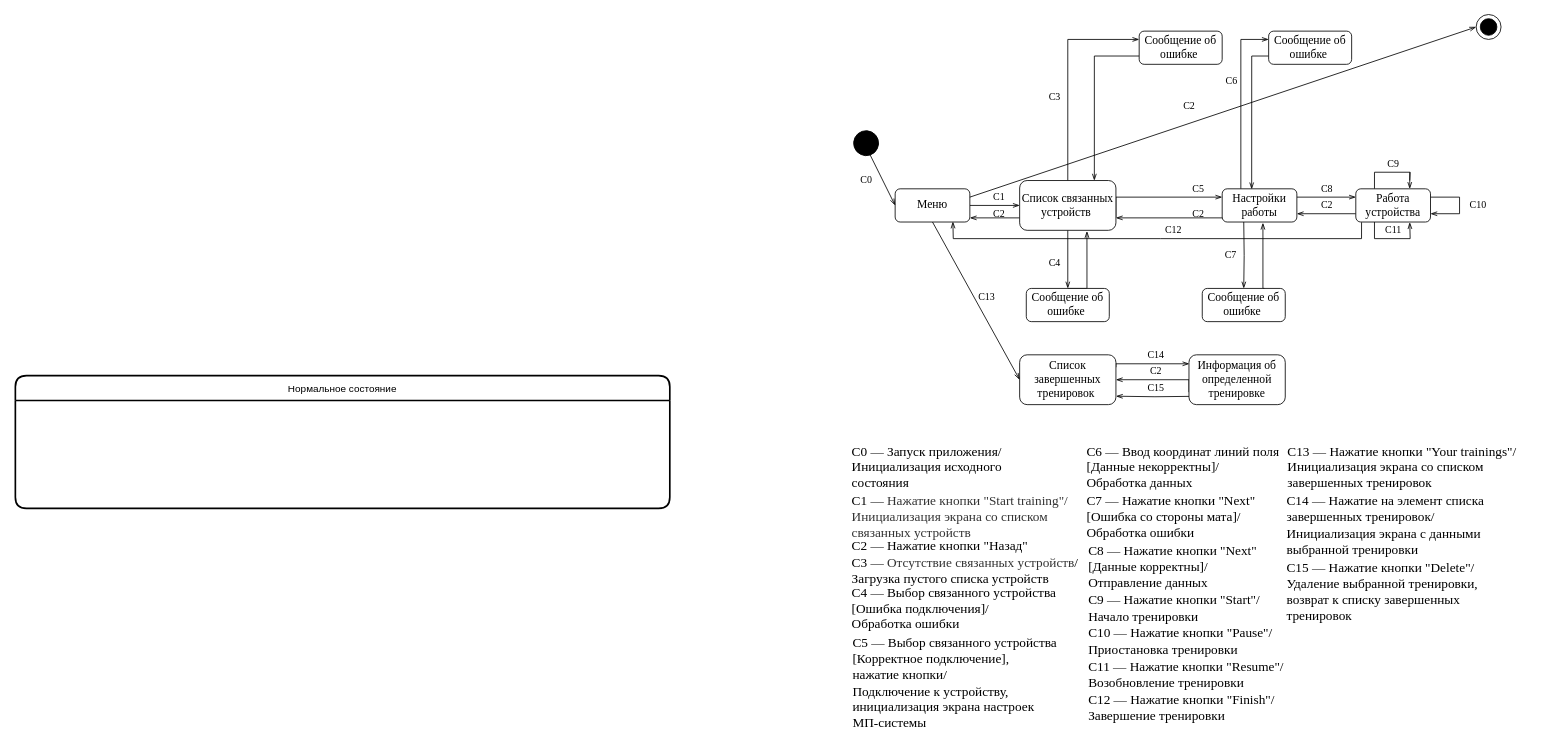
Earlier version of the draw.io diagram наброски/состояния интерфейса.drawio (moroz-matros/badminton_training_diplom). Source tidied: cells renumbered, new cells numbered last; positions are measured from the earlier drawing's top-left corner, leaving out a move shared by most shapes. Both pictures are drawn from the tidied source at 83%, with x=0, y=0 at pixel (15, 14).
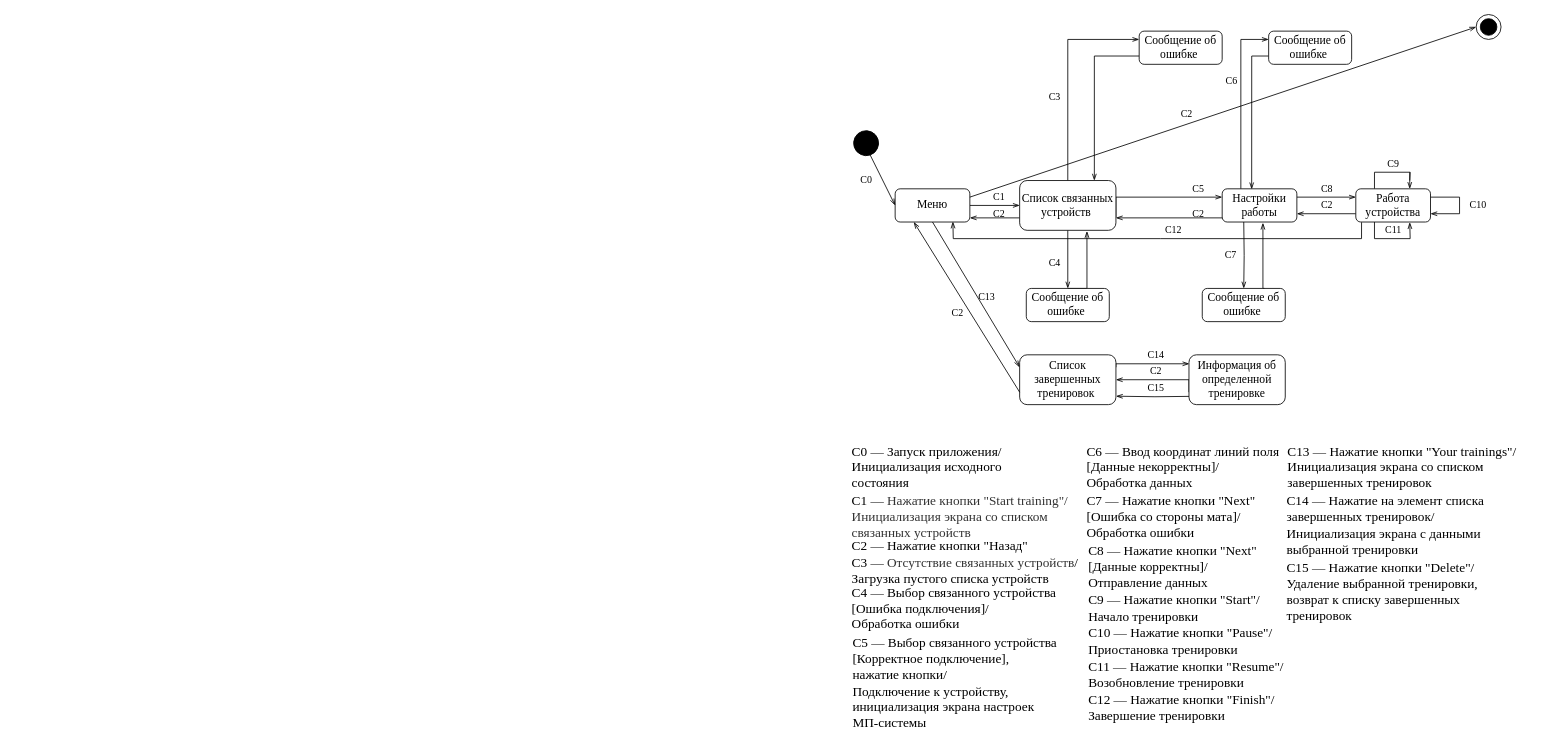
The same page after the edit.

Unchanged cells that the change refers to:
```xml
<mxCell id="6" value="Меню" style="rounded=1;whiteSpace=wrap;html=1;fontFamily=Times New Roman;fontSize=14;" parent="1" vertex="1">
  <mxGeometry x="1060" y="210" width="90" height="40" as="geometry" />
</mxCell>
<mxCell id="56" value="Список завершенных тренировок&amp;nbsp;" style="rounded=1;whiteSpace=wrap;html=1;fontFamily=Times New Roman;fontSize=14;" parent="1" vertex="1">
  <mxGeometry x="1210" y="410" width="116" height="60" as="geometry" />
</mxCell>
```

What changed in the source:
```diff
@@
     <mxCell id="28" value="С2" style="text;html=1;align=center;verticalAlign=middle;fontSize=12;fontFamily=Times New Roman;" parent="1" vertex="1">
-      <mxGeometry x="1399.1" y="100" width="30" height="20" as="geometry" />
+      <mxGeometry x="1395.9" y="110" width="30" height="20" as="geometry" />
     </mxCell>
@@
-    <mxCell id="31" value="Нормальное состояние" style="swimlane;horizontal=1;startSize=30;rounded=1;fontSize=12;fontStyle=0;strokeWidth=2;shadow=0;dashed=0;align=center;fillColor=none;" parent="1" vertex="1">
-      <mxGeometry y="435" width="788.5" height="160" as="geometry" />
-    </mxCell>
@@
-    <mxCell id="60" style="endArrow=openThin;html=1;fontFamily=Times New Roman;fontSize=12;endFill=0;exitX=0.5;exitY=1;exitDx=0;exitDy=0;" parent="1" edge="1" source="6">
-      <mxGeometry relative="1" as="geometry">
-        <mxPoint x="1210" y="440" as="targetPoint" />
-      </mxGeometry>
+    <mxCell id="60" style="endArrow=openThin;html=1;fontFamily=Times New Roman;fontSize=12;endFill=0;exitX=0.5;exitY=1;exitDx=0;exitDy=0;entryX=0;entryY=0.25;entryDx=0;entryDy=0;" parent="1" edge="1" source="6" target="56">
+      <mxGeometry relative="1" as="geometry" />
     </mxCell>
@@
+    <mxCell id="78" style="endArrow=openThin;html=1;fontFamily=Times New Roman;fontSize=12;endFill=0;exitX=0;exitY=0.75;exitDx=0;exitDy=0;entryX=0.25;entryY=1;entryDx=0;entryDy=0;" parent="1" edge="1" source="56" target="6">
+      <mxGeometry relative="1" as="geometry" />
+    </mxCell>
+    <mxCell id="79" value="С2" style="text;html=1;align=center;verticalAlign=middle;fontSize=12;fontFamily=Times New Roman;" parent="1" vertex="1">
+      <mxGeometry x="1120" y="350" width="30" height="20" as="geometry" />
+    </mxCell>
```
